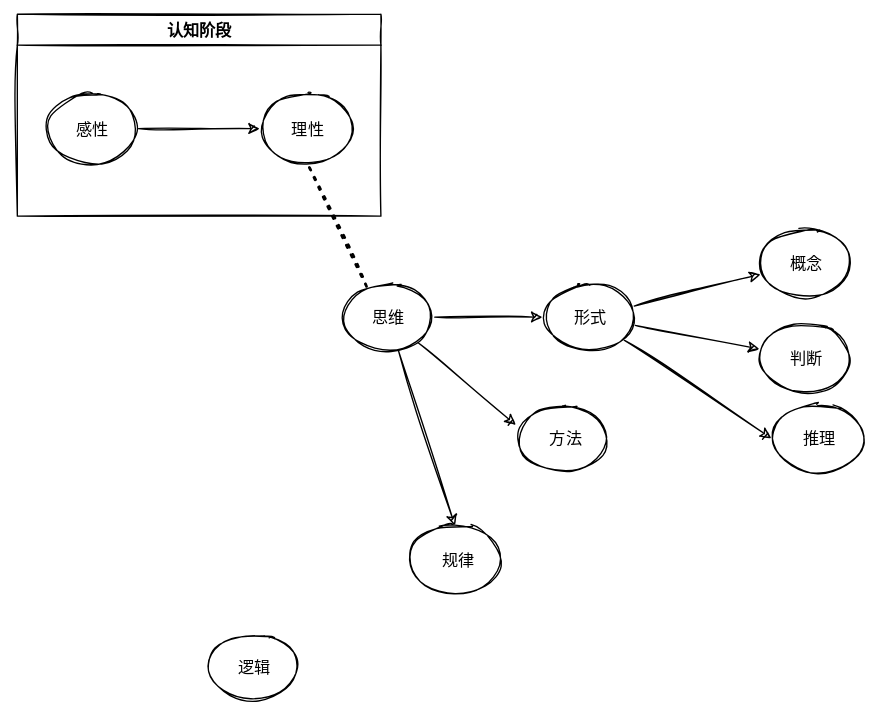
This is 笔记/工具/哲学/Untitled Diagram.svg from Echo-Yanglulu/obsidianPrivateNote, a draw.io export, as it was before one commit. Source tidied: cells renumbered, new cells last; positions are measured from the earlier drawing's top-left corner, leaving out a move shared by most shapes.
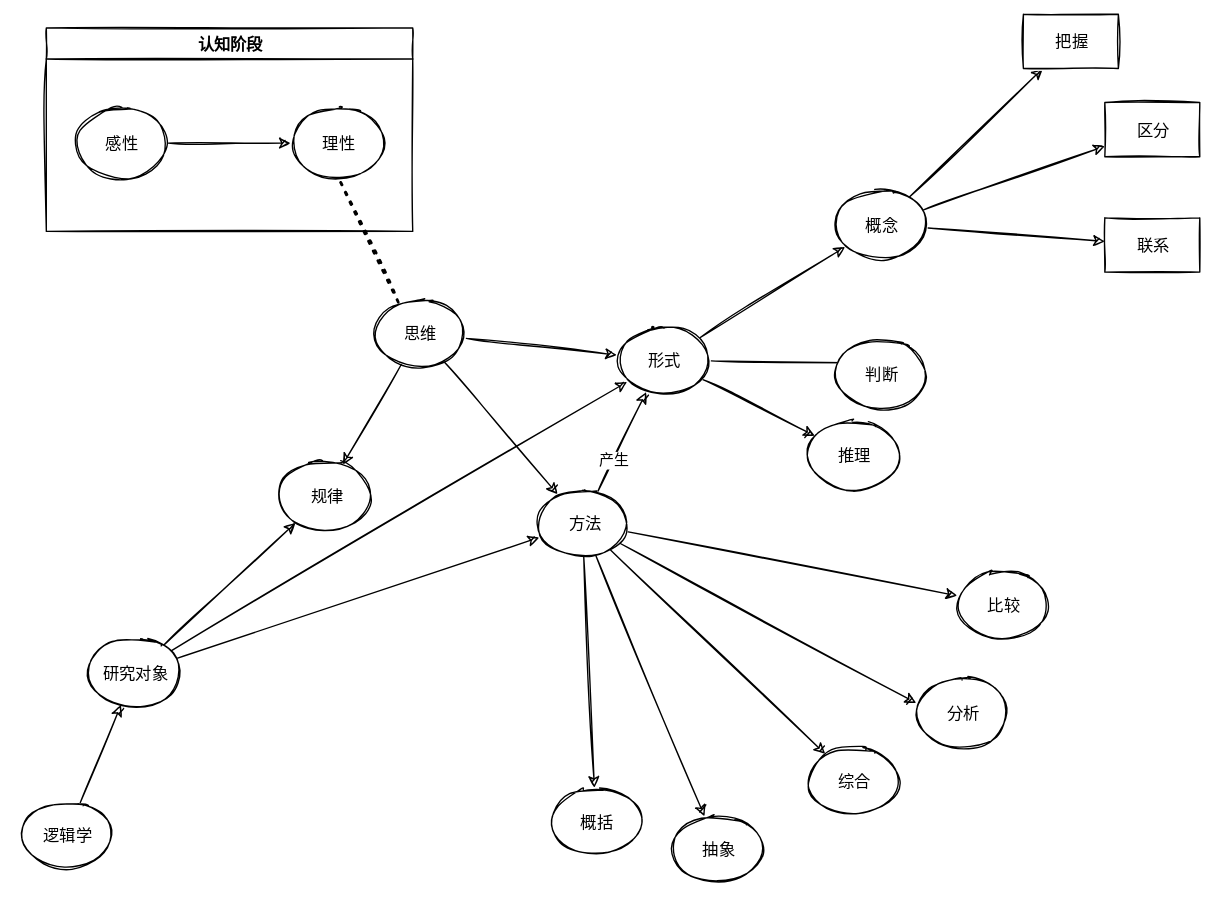
After the change.

Change to the diagram source:
```diff
@@ -14,16 +14,19 @@
     <mxCell id="5" value="理性" style="ellipse;whiteSpace=wrap;html=1;" parent="2" vertex="1">
       <mxGeometry x="180" y="60" width="70" height="50" as="geometry" />
     </mxCell>
+    <mxCell id="21" style="edgeStyle=none;html=1;" parent="1" edge="1" source="6" target="40">
+      <mxGeometry relative="1" as="geometry" />
+    </mxCell>
-    <mxCell id="6" value="逻辑" style="ellipse;whiteSpace=wrap;html=1;" parent="1" vertex="1">
-      <mxGeometry x="140" y="460" width="70" height="50" as="geometry" />
+    <mxCell id="6" value="逻辑学" style="ellipse;whiteSpace=wrap;html=1;" parent="1" vertex="1">
+      <mxGeometry x="-20" y="570" width="70" height="50" as="geometry" />
     </mxCell>
-    <mxCell id="7" style="edgeStyle=none;html=1;entryX=0.5;entryY=0;entryDx=0;entryDy=0;" parent="1" edge="1" source="10" target="12">
+    <mxCell id="7" style="edgeStyle=none;html=1;" parent="1" edge="1" source="10" target="12">
       <mxGeometry relative="1" as="geometry" />
     </mxCell>
-    <mxCell id="8" style="edgeStyle=none;html=1;entryX=0.003;entryY=0.302;entryDx=0;entryDy=0;entryPerimeter=0;" parent="1" edge="1" source="10" target="13">
+    <mxCell id="8" style="edgeStyle=none;html=1;" parent="1" edge="1" source="10" target="13">
       <mxGeometry relative="1" as="geometry" />
     </mxCell>
-    <mxCell id="9" style="edgeStyle=none;html=1;entryX=0;entryY=0.5;entryDx=0;entryDy=0;" parent="1" edge="1" source="10" target="17">
+    <mxCell id="9" style="edgeStyle=none;html=1;" parent="1" edge="1" source="10" target="17">
       <mxGeometry relative="1" as="geometry" />
     </mxCell>
     <mxCell id="10" value="思维" style="ellipse;whiteSpace=wrap;html=1;" parent="1" vertex="1">
@@ -33,31 +36,99 @@
       <mxGeometry relative="1" as="geometry" />
     </mxCell>
     <mxCell id="12" value="&amp;nbsp;规律" style="ellipse;whiteSpace=wrap;html=1;" parent="1" vertex="1">
-      <mxGeometry x="290" y="380" width="70" height="50" as="geometry" />
+      <mxGeometry x="170" y="320" width="70" height="50" as="geometry" />
     </mxCell>
+    <mxCell id="22" style="edgeStyle=none;html=1;entryX=0.015;entryY=0.351;entryDx=0;entryDy=0;entryPerimeter=0;" parent="1" edge="1" source="13" target="32">
+      <mxGeometry relative="1" as="geometry" />
+    </mxCell>
+    <mxCell id="23" style="edgeStyle=none;html=1;" parent="1" edge="1" source="13" target="34">
+      <mxGeometry relative="1" as="geometry" />
+    </mxCell>
+    <mxCell id="24" style="edgeStyle=none;html=1;" parent="1" edge="1" source="13" target="33">
+      <mxGeometry relative="1" as="geometry" />
+    </mxCell>
+    <mxCell id="25" style="edgeStyle=none;html=1;" parent="1" edge="1" source="13" target="35">
+      <mxGeometry relative="1" as="geometry" />
+    </mxCell>
+    <mxCell id="26" style="edgeStyle=none;html=1;" parent="1" edge="1" source="13" target="36">
+      <mxGeometry relative="1" as="geometry" />
+    </mxCell>
+    <mxCell id="27" style="edgeStyle=none;html=1;entryX=0.315;entryY=0.97;entryDx=0;entryDy=0;entryPerimeter=0;" parent="1" edge="1" source="13" target="17">
+      <mxGeometry relative="1" as="geometry" />
+    </mxCell>
+    <mxCell id="28" value="产生" style="edgeLabel;html=1;align=center;verticalAlign=middle;" parent="27" vertex="1">
+      <mxGeometry x="-0.37" y="1" relative="1" as="geometry" />
+    </mxCell>
     <mxCell id="13" value="&amp;nbsp;方法" style="ellipse;whiteSpace=wrap;html=1;" parent="1" vertex="1">
-      <mxGeometry x="370" y="290" width="70" height="50" as="geometry" />
+      <mxGeometry x="360" y="340" width="70" height="50" as="geometry" />
     </mxCell>
     <mxCell id="14" style="edgeStyle=none;html=1;" parent="1" edge="1" source="17" target="18">
       <mxGeometry relative="1" as="geometry" />
     </mxCell>
-    <mxCell id="15" style="edgeStyle=none;html=1;entryX=0;entryY=0.5;entryDx=0;entryDy=0;" parent="1" edge="1" source="17" target="19">
+    <mxCell id="15" style="edgeStyle=none;html=1;" parent="1" edge="1" source="17" target="19">
       <mxGeometry relative="1" as="geometry" />
     </mxCell>
-    <mxCell id="16" style="edgeStyle=none;html=1;" parent="1" edge="1" source="17" target="20">
-      <mxGeometry relative="1" as="geometry" />
+    <mxCell id="16" style="edgeStyle=none;html=1;" parent="1" edge="1" source="17">
+      <mxGeometry relative="1" as="geometry">
+        <mxPoint x="610" y="247" as="targetPoint" />
+      </mxGeometry>
     </mxCell>
     <mxCell id="17" value="形式" style="ellipse;whiteSpace=wrap;html=1;" parent="1" vertex="1">
-      <mxGeometry x="390" y="200" width="70" height="50" as="geometry" />
+      <mxGeometry x="420" y="220" width="70" height="50" as="geometry" />
     </mxCell>
+    <mxCell id="29" style="edgeStyle=none;html=1;" parent="1" edge="1" source="18" target="41">
+      <mxGeometry relative="1" as="geometry" />
+    </mxCell>
+    <mxCell id="30" style="edgeStyle=none;html=1;" parent="1" edge="1" source="18" target="42">
+      <mxGeometry relative="1" as="geometry" />
+    </mxCell>
+    <mxCell id="31" style="edgeStyle=none;html=1;" parent="1" edge="1" source="18" target="43">
+      <mxGeometry relative="1" as="geometry" />
+    </mxCell>
     <mxCell id="18" value="概念" style="ellipse;whiteSpace=wrap;html=1;" parent="1" vertex="1">
-      <mxGeometry x="550" y="160" width="70" height="50" as="geometry" />
+      <mxGeometry x="580" y="120" width="70" height="50" as="geometry" />
     </mxCell>
     <mxCell id="19" value="推理" style="ellipse;whiteSpace=wrap;html=1;" parent="1" vertex="1">
       <mxGeometry x="560" y="290" width="70" height="50" as="geometry" />
     </mxCell>
     <mxCell id="20" value="判断" style="ellipse;whiteSpace=wrap;html=1;" parent="1" vertex="1">
-      <mxGeometry x="550" y="230" width="70" height="50" as="geometry" />
+      <mxGeometry x="580" y="230" width="70" height="50" as="geometry" />
     </mxCell>
+    <mxCell id="32" value="分析" style="ellipse;whiteSpace=wrap;html=1;" parent="1" vertex="1">
+      <mxGeometry x="640" y="480" width="70" height="50" as="geometry" />
+    </mxCell>
+    <mxCell id="33" value="抽象" style="ellipse;whiteSpace=wrap;html=1;" parent="1" vertex="1">
+      <mxGeometry x="460" y="580" width="70" height="50" as="geometry" />
+    </mxCell>
+    <mxCell id="34" value="概括" style="ellipse;whiteSpace=wrap;html=1;" parent="1" vertex="1">
+      <mxGeometry x="370" y="560" width="70" height="50" as="geometry" />
+    </mxCell>
+    <mxCell id="35" value="综合" style="ellipse;whiteSpace=wrap;html=1;" parent="1" vertex="1">
+      <mxGeometry x="560" y="530" width="70" height="50" as="geometry" />
+    </mxCell>
+    <mxCell id="36" value="比较" style="ellipse;whiteSpace=wrap;html=1;" parent="1" vertex="1">
+      <mxGeometry x="670" y="400" width="70" height="50" as="geometry" />
+    </mxCell>
+    <mxCell id="37" style="edgeStyle=none;html=1;" parent="1" edge="1" source="40" target="12">
+      <mxGeometry relative="1" as="geometry" />
+    </mxCell>
+    <mxCell id="38" style="edgeStyle=none;html=1;" parent="1" edge="1" source="40" target="13">
+      <mxGeometry relative="1" as="geometry" />
+    </mxCell>
+    <mxCell id="39" style="edgeStyle=none;html=1;" parent="1" edge="1" source="40" target="17">
+      <mxGeometry relative="1" as="geometry" />
+    </mxCell>
+    <mxCell id="40" value="研究对象" style="ellipse;whiteSpace=wrap;html=1;" parent="1" vertex="1">
+      <mxGeometry x="30" y="450" width="70" height="50" as="geometry" />
+    </mxCell>
+    <mxCell id="41" value="把握" style="rounded=0;whiteSpace=wrap;html=1;" parent="1" vertex="1">
+      <mxGeometry x="720" y="-10" width="70" height="40" as="geometry" />
+    </mxCell>
+    <mxCell id="42" value="区分" style="rounded=0;whiteSpace=wrap;html=1;" parent="1" vertex="1">
+      <mxGeometry x="780" y="55" width="70" height="40" as="geometry" />
+    </mxCell>
+    <mxCell id="43" value="联系" style="rounded=0;whiteSpace=wrap;html=1;" parent="1" vertex="1">
+      <mxGeometry x="780" y="140" width="70" height="40" as="geometry" />
+    </mxCell>
   </root>
 </mxGraphModel>
```
